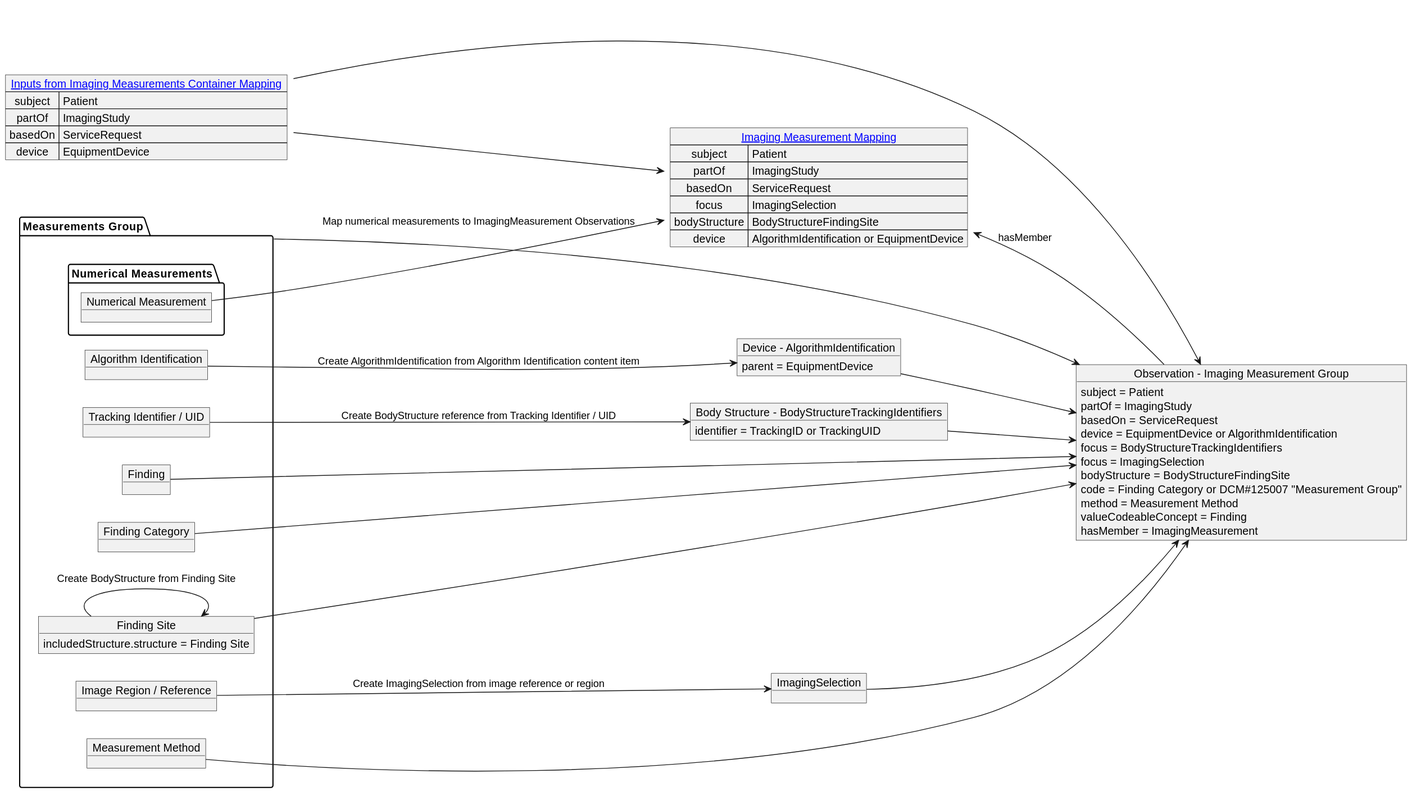
The PlantUML diagram input/images/imaging_measurement_group_mapping.svg in HL7/dicom-sr, before a commit.
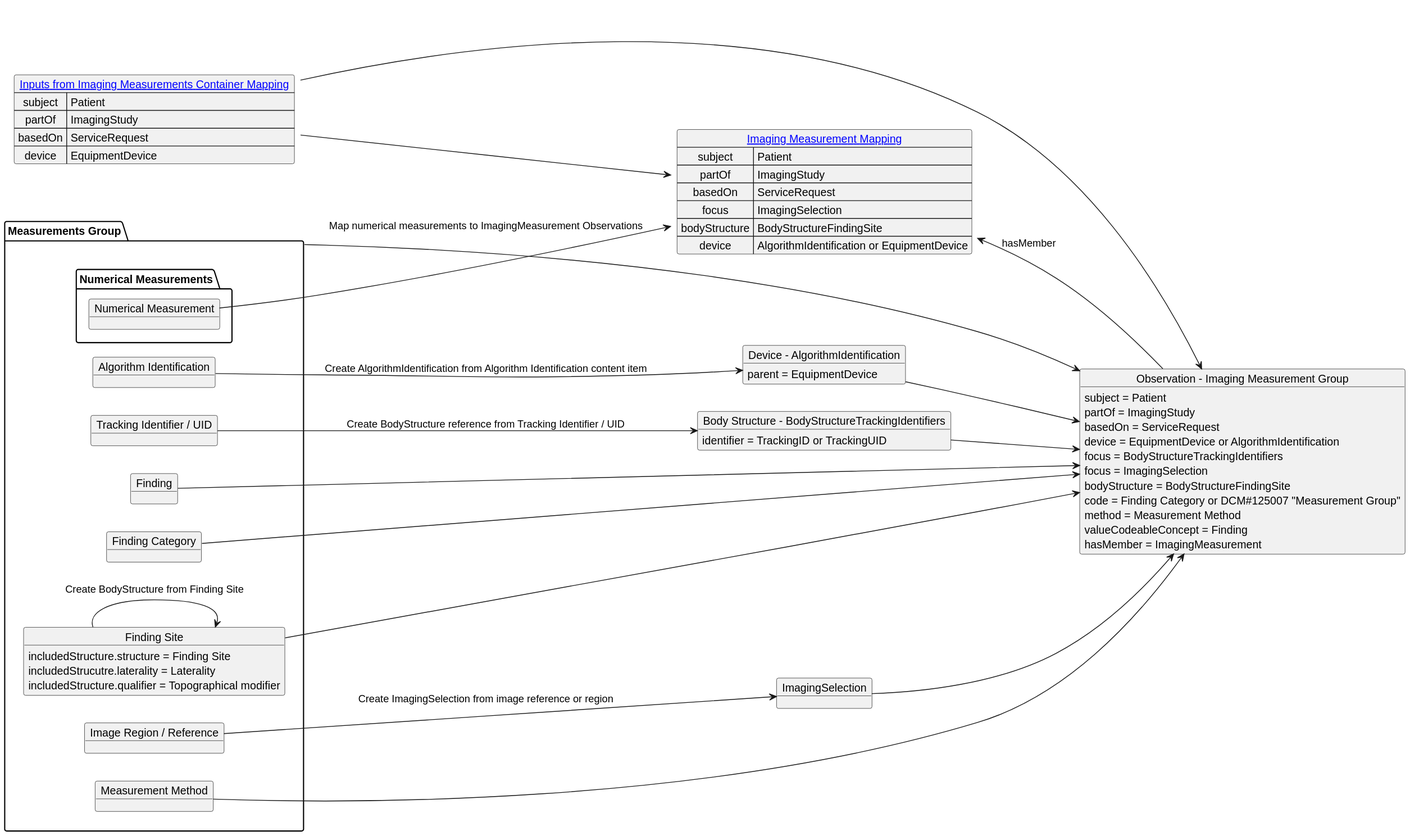
Above is the later version.

Commit message:
FHIR-47462 - Add topographical modifier to: -- Mapping diagram -- BodyStructure-FindingSite.fsh mapping -- ConceptMap-03-DICOMImagingMeasurementGroup.fsh

What changed in the source:
```diff
@@ -31,6 +31,8 @@
 
 object "Body Structure - BodyStructureFindingSite" as BodyStructureFindingSite {
     includedStructure.structure = Finding Site
+    includedStrucutre.laterality = Laterality
+    includedStructure.qualifier = Topographical modifier
 }
 
 object ImagingSelection
```
